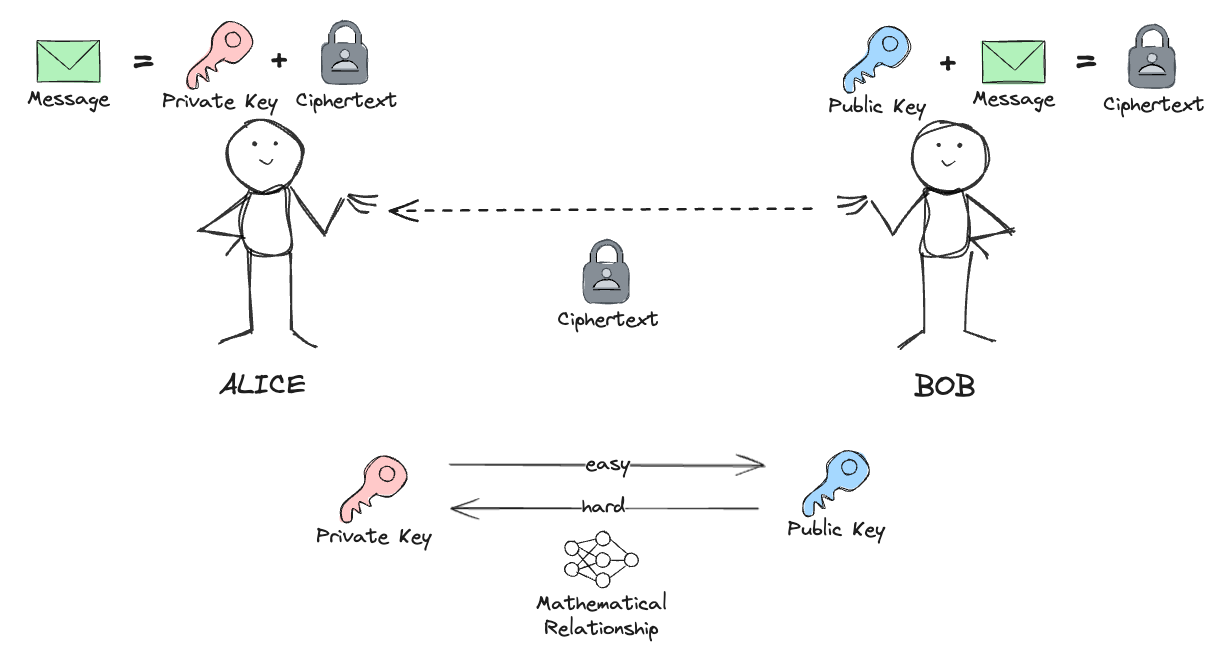
filipw/filipw.github.io keeps this Excalidraw diagram as ndcsecurity-2026/graphics/asymmetric.excalidraw.png. Above is the earlier version. Source tidied: one line per element, renumbered; positions are measured from the earlier drawing's top-left corner, leaving out a move shared by most shapes.
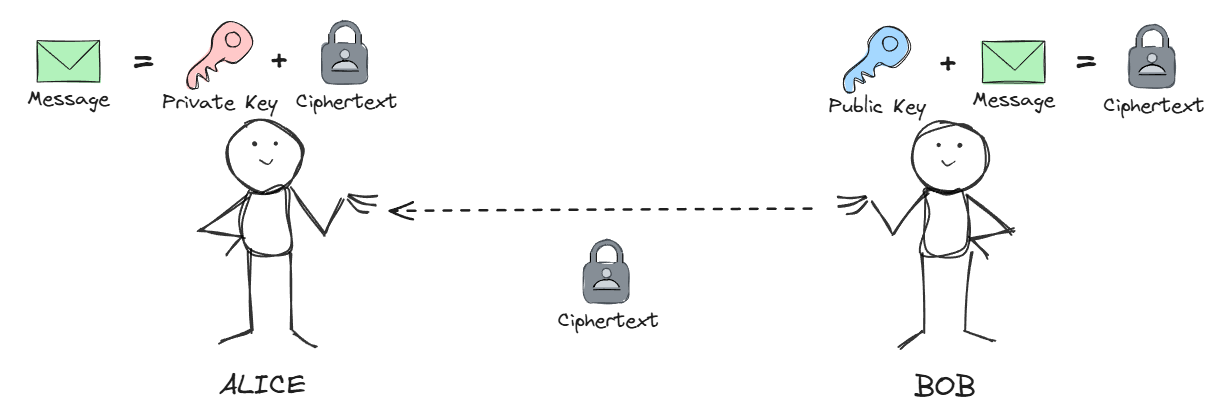
After the commit.

The edit, as a diff of the source:
```diff
@@ -1,15 +1,3 @@
-{"id": 0, "type": "ellipse", "strokeColor": "#1e1e1e", "backgroundColor": "#ffc9c9", "fillStyle": "solid", "strokeWidth": 1, "roughness": 1, "opacity": 0, "x": 308, "y": 434, "width": 117, "height": 117}
-{"id": 1, "type": "line", "strokeColor": "#1e1e1e", "backgroundColor": "#ffc9c9", "fillStyle": "solid", "strokeWidth": 1, "roughness": 1, "round": true, "x": 368, "y": 484, "width": 64, "height": 65, "points": [[0, 0], [14, 2], [28, -15], [21, -32], [4, -37], [-11, -24], [-14, -7], [-35, 12], [-36, 27], [-27, 28], [-26, 15], [-17, 20], [-19, 9], [-7, 12], [-7, 5], [0, 0]]}
-{"id": 2, "type": "ellipse", "strokeColor": "#1e1e1e", "backgroundColor": "#ffc9c9", "fillStyle": "solid", "strokeWidth": 1, "roughness": 1, "round": true, "x": 370, "y": 456, "width": 15, "height": 15}
-{"id": 3, "type": "text", "text": "Private Key", "strokeColor": "#1e1e1e", "backgroundColor": "#ffc9c9", "fillStyle": "solid", "strokeWidth": 1, "roughness": 1, "fontSize": 20, "fontFamily": 1, "textAlign": "center", "x": 307, "y": 515, "width": 115, "height": 25}
-{"id": 4, "type": "ellipse", "strokeColor": "#1e1e1e", "backgroundColor": "#a5d8ff", "fillStyle": "solid", "strokeWidth": 1, "roughness": 1, "opacity": 0, "x": 770, "y": 428, "width": 117, "height": 117}
-{"id": 5, "type": "line", "strokeColor": "#1e1e1e", "backgroundColor": "#a5d8ff", "fillStyle": "solid", "strokeWidth": 1, "roughness": 1, "round": true, "x": 830, "y": 477, "width": 64, "height": 65, "points": [[0, 0], [14, 2], [28, -15], [21, -32], [4, -37], [-11, -24], [-14, -7], [-35, 12], [-36, 27], [-27, 28], [-26, 15], [-17, 20], [-19, 9], [-7, 12], [-7, 5], [0, 0]]}
-{"id": 6, "type": "ellipse", "strokeColor": "#1e1e1e", "backgroundColor": "#a5d8ff", "fillStyle": "solid", "strokeWidth": 1, "roughness": 1, "round": true, "x": 832, "y": 450, "width": 15, "height": 15}
-{"id": 7, "type": "text", "text": "Public Key", "strokeColor": "#1e1e1e", "backgroundColor": "#a5d8ff", "fillStyle": "solid", "strokeWidth": 1, "roughness": 1, "fontSize": 20, "fontFamily": 1, "textAlign": "center", "x": 778, "y": 508, "width": 97, "height": 25}
-{"id": 8, "type": "arrow", "strokeColor": "#1e1e1e", "backgroundColor": "#b2f2bb", "fillStyle": "solid", "strokeWidth": 1, "roughness": 1, "endArrowhead": "arrow", "round": true, "from": 0, "to": 4, "x": 440, "y": 453, "width": 316, "height": 2, "points": [[0, 0], [316, 2]]}
-{"id": 9, "type": "text", "text": "easy", "strokeColor": "#1e1e1e", "backgroundColor": "#b2f2bb", "fillStyle": "solid", "strokeWidth": 1, "roughness": 1, "fontSize": 20, "fontFamily": 1, "textAlign": "center", "verticalAlign": "middle", "inside": 8, "x": 815, "y": 557, "width": 45, "height": 25}
-{"id": 10, "type": "arrow", "strokeColor": "#1e1e1e", "backgroundColor": "#b2f2bb", "fillStyle": "solid", "strokeWidth": 1, "roughness": 1, "endArrowhead": "arrow", "round": true, "from": 4, "to": 0, "x": 747, "y": 498, "width": 306, "height": 0, "points": [[0, 0], [-306, 0]]}
-{"id": 11, "type": "text", "text": "hard", "strokeColor": "#1e1e1e", "backgroundColor": "#b2f2bb", "fillStyle": "solid", "strokeWidth": 1, "roughness": 1, "fontSize": 20, "fontFamily": 1, "textAlign": "center", "verticalAlign": "middle", "inside": 10, "x": 811, "y": 601, "width": 43, "height": 25}
 {"id": 12, "type": "text", "text": "BOB", "strokeColor": "#1e1e1e", "strokeWidth": 2, "strokeStyle": "dashed", "roughness": 1, "fontSize": 28, "fontFamily": 1, "x": 904, "y": 360, "width": 61, "height": 35}
 {"id": 13, "type": "ellipse", "strokeColor": "#495057", "backgroundColor": "#868e96", "fillStyle": "solid", "strokeWidth": 1, "roughness": 1, "round": true, "x": 319, "y": 11, "width": 32, "height": 32}
 {"id": 14, "type": "ellipse", "strokeColor": "#495057", "backgroundColor": "#ffffff", "fillStyle": "solid", "strokeWidth": 1, "roughness": 1, "round": true, "x": 324, "y": 16, "width": 22, "height": 22}
@@ -107,20 +95,3 @@
 {"id": 106, "type": "text", "text": "=", "strokeColor": "#1e1e1e", "backgroundColor": "#b2f2bb", "fillStyle": "solid", "strokeWidth": 2, "roughness": 1, "fontSize": 36, "fontFamily": 1, "x": 1066, "y": 30, "width": 22, "height": 45}
 {"id": 107, "type": "text", "text": "+", "strokeColor": "#1e1e1e", "backgroundColor": "#b2f2bb", "fillStyle": "solid", "strokeWidth": 2, "roughness": 1, "fontSize": 36, "fontFamily": 1, "x": 257, "y": 29, "width": 22, "height": 45}
 {"id": 108, "type": "text", "text": "=", "strokeColor": "#1e1e1e", "backgroundColor": "#b2f2bb", "fillStyle": "solid", "strokeWidth": 2, "roughness": 1, "fontSize": 36, "fontFamily": 1, "x": 123, "y": 30, "width": 22, "height": 45}
-{"id": 109, "type": "ellipse", "strokeColor": "#1e1e1e", "strokeWidth": 1, "roughness": 1, "opacity": 0, "x": 533, "y": 505, "width": 117, "height": 117}
-{"id": 110, "type": "ellipse", "strokeColor": "#1e1e1e", "strokeWidth": 1, "roughness": 1, "x": 586, "y": 522, "width": 14, "height": 14}
-{"id": 111, "type": "ellipse", "strokeColor": "#1e1e1e", "strokeWidth": 1, "roughness": 1, "x": 586, "y": 543, "width": 14, "height": 14}
-{"id": 112, "type": "ellipse", "strokeColor": "#1e1e1e", "strokeWidth": 1, "roughness": 1, "x": 586, "y": 563, "width": 14, "height": 14}
-{"id": 113, "type": "ellipse", "strokeColor": "#1e1e1e", "strokeWidth": 1, "roughness": 1, "x": 555, "y": 531, "width": 14, "height": 14}
-{"id": 114, "type": "ellipse", "strokeColor": "#1e1e1e", "strokeWidth": 1, "roughness": 1, "x": 555, "y": 553, "width": 14, "height": 14}
-{"id": 115, "type": "ellipse", "strokeColor": "#1e1e1e", "strokeWidth": 1, "roughness": 1, "x": 614, "y": 543, "width": 14, "height": 14}
-{"id": 116, "type": "line", "strokeColor": "#1e1e1e", "strokeWidth": 1, "roughness": 1, "x": 567, "y": 534, "width": 19, "height": 5, "points": [[0, 0], [19, -5]]}
-{"id": 117, "type": "line", "strokeColor": "#1e1e1e", "strokeWidth": 1, "roughness": 1, "x": 600, "y": 529, "width": 18, "height": 16, "points": [[0, 0], [18, 16]]}
-{"id": 118, "type": "line", "strokeColor": "#1e1e1e", "strokeWidth": 1, "roughness": 1, "x": 600, "y": 550, "width": 15, "height": 0, "points": [[0, 0], [15, 0]]}
-{"id": 119, "type": "line", "strokeColor": "#1e1e1e", "strokeWidth": 1, "roughness": 1, "x": 599, "y": 568, "width": 17, "height": 12, "points": [[0, 0], [17, -12]]}
-{"id": 120, "type": "line", "strokeColor": "#1e1e1e", "strokeWidth": 1, "roughness": 1, "x": 569, "y": 537, "width": 17, "height": 10, "points": [[0, 0], [17, 10]]}
-{"id": 121, "type": "line", "strokeColor": "#1e1e1e", "strokeWidth": 1, "roughness": 1, "x": 567, "y": 543, "width": 20, "height": 23, "points": [[0, 0], [20, 23]]}
-{"id": 122, "type": "line", "strokeColor": "#1e1e1e", "strokeWidth": 1, "roughness": 1, "x": 568, "y": 555, "width": 20, "height": 21, "points": [[0, 0], [20, -21]]}
-{"id": 123, "type": "line", "strokeColor": "#1e1e1e", "strokeWidth": 1, "roughness": 1, "x": 569, "y": 559, "width": 18, "height": 7, "points": [[0, 0], [18, -7]]}
-{"id": 124, "type": "line", "strokeColor": "#1e1e1e", "strokeWidth": 1, "roughness": 1, "x": 566, "y": 562, "width": 19, "height": 9, "points": [[0, 0], [19, 9]]}
-{"id": 125, "type": "text", "text": "Mathematical\nRelationship", "strokeColor": "#1e1e1e", "strokeWidth": 1, "roughness": 1, "fontSize": 20, "fontFamily": 1, "textAlign": "center", "x": 526, "y": 582, "width": 131, "height": 50}
```
